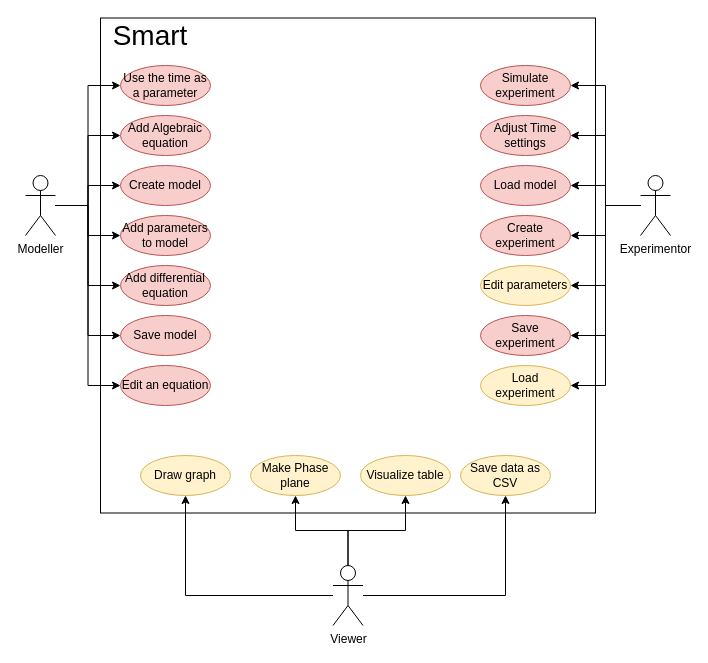
danielambrosius/SMARTV2 keeps this draw.io diagram as docs/SMART_usecasediagram.drawio. Above is the earlier version. Source tidied: cells renumbered, new cells numbered last; positions are measured from the earlier drawing's top-left corner, leaving out a move shared by most shapes. Both pictures are drawn from the tidied source at 100%, with x=0, y=0 at pixel (25, 17).
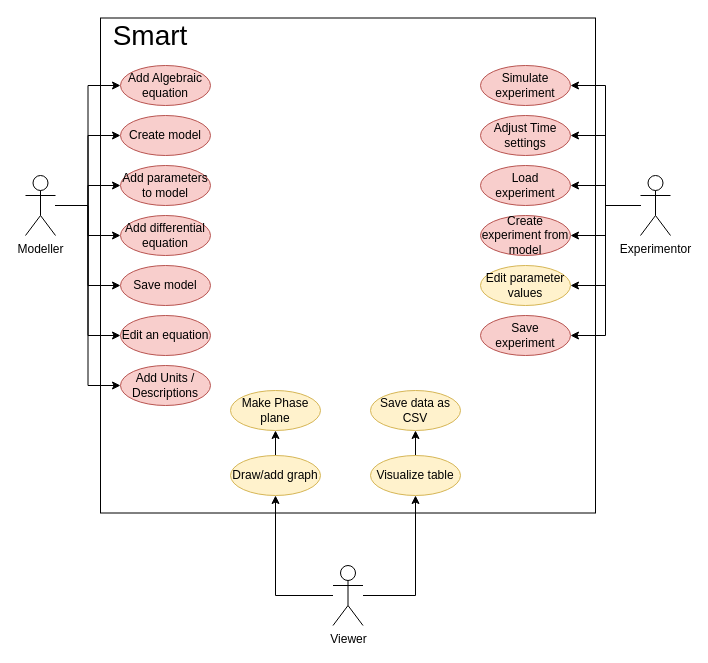
The same diagram, later.

Commit message:
DS DM: Changed use case diagram, added use cases, restructured diagram.

Unchanged cells that the change refers to:
```xml
<mxCell id="10" value="Modeller" style="shape=umlActor;verticalLabelPosition=bottom;labelBackgroundColor=#ffffff;verticalAlign=top;html=1;" parent="1" vertex="1">
  <mxGeometry y="158" width="30" height="60" as="geometry" />
</mxCell>
<mxCell id="18" value="Experimentor" style="shape=umlActor;verticalLabelPosition=bottom;labelBackgroundColor=#ffffff;verticalAlign=top;html=1;" parent="1" vertex="1">
  <mxGeometry x="615" y="158" width="30" height="60" as="geometry" />
</mxCell>
<mxCell id="23" value="Viewer" style="shape=umlActor;verticalLabelPosition=bottom;labelBackgroundColor=#ffffff;verticalAlign=top;html=1;" parent="1" vertex="1">
  <mxGeometry x="307.5" y="548" width="30" height="60" as="geometry" />
</mxCell>
```

Change to the diagram source:
```diff
@@
-    <mxCell id="3" style="edgeStyle=orthogonalEdgeStyle;rounded=0;jettySize=auto;html=1;entryX=0;entryY=0.5;entryDx=0;entryDy=0;" parent="1" edge="1" source="10" target="38">
-      <mxGeometry relative="1" as="geometry" />
-    </mxCell>
@@
+    <mxCell id="43" style="edgeStyle=orthogonalEdgeStyle;rounded=0;jettySize=auto;html=1;entryX=0;entryY=0.5;entryDx=0;entryDy=0;" parent="1" edge="1" source="10" target="46">
+      <mxGeometry relative="1" as="geometry" />
+    </mxCell>
@@
-    <mxCell id="17" style="edgeStyle=orthogonalEdgeStyle;rounded=0;jettySize=auto;html=1;entryX=1;entryY=0.5;entryDx=0;entryDy=0;" parent="1" edge="1" source="18" target="33">
-      <mxGeometry relative="1" as="geometry" />
-    </mxCell>
@@
-    <mxCell id="20" style="edgeStyle=orthogonalEdgeStyle;rounded=0;jettySize=auto;html=1;entryX=0.5;entryY=1;entryDx=0;entryDy=0;" parent="1" edge="1" source="23" target="37">
-      <mxGeometry relative="1" as="geometry" />
-    </mxCell>
@@
-    <mxCell id="22" style="edgeStyle=orthogonalEdgeStyle;rounded=0;jettySize=auto;html=1;entryX=0.5;entryY=1;entryDx=0;entryDy=0;" parent="1" edge="1" source="23" target="39">
-      <mxGeometry relative="1" as="geometry" />
-    </mxCell>
@@
     <mxCell id="25" value="Create model" style="ellipse;whiteSpace=wrap;html=1;fillColor=#f8cecc;strokeColor=#b85450;" parent="1" vertex="1">
-      <mxGeometry x="95" y="148" width="90" height="40" as="geometry" />
+      <mxGeometry x="95" y="98" width="90" height="40" as="geometry" />
     </mxCell>
     <mxCell id="26" value="Save model" style="ellipse;whiteSpace=wrap;html=1;fillColor=#f8cecc;strokeColor=#b85450;" parent="1" vertex="1">
-      <mxGeometry x="95" y="298" width="90" height="40" as="geometry" />
+      <mxGeometry x="95" y="248" width="90" height="40" as="geometry" />
     </mxCell>
-    <mxCell id="27" value="Load model" style="ellipse;whiteSpace=wrap;html=1;fillColor=#f8cecc;strokeColor=#b85450;" parent="1" vertex="1">
+    <mxCell id="27" value="Load experiment" style="ellipse;whiteSpace=wrap;html=1;fillColor=#f8cecc;strokeColor=#b85450;" parent="1" vertex="1">
       <mxGeometry x="455" y="148" width="90" height="40" as="geometry" />
     </mxCell>
-    <mxCell id="28" value="Create experiment" style="ellipse;whiteSpace=wrap;html=1;fillColor=#f8cecc;strokeColor=#b85450;" parent="1" vertex="1">
+    <mxCell id="28" value="Create experiment from model" style="ellipse;whiteSpace=wrap;html=1;fillColor=#f8cecc;strokeColor=#b85450;" parent="1" vertex="1">
       <mxGeometry x="455" y="198" width="90" height="40" as="geometry" />
     </mxCell>
-    <mxCell id="29" value="Edit parameters" style="ellipse;whiteSpace=wrap;html=1;fillColor=#fff2cc;strokeColor=#d6b656;" parent="1" vertex="1">
+    <mxCell id="29" value="Edit parameter values" style="ellipse;whiteSpace=wrap;html=1;fillColor=#fff2cc;strokeColor=#d6b656;" parent="1" vertex="1">
       <mxGeometry x="455" y="248" width="90" height="40" as="geometry" />
     </mxCell>
     <mxCell id="30" value="Add parameters to model" style="ellipse;whiteSpace=wrap;html=1;fillColor=#f8cecc;strokeColor=#b85450;" parent="1" vertex="1">
-      <mxGeometry x="95" y="198" width="90" height="40" as="geometry" />
+      <mxGeometry x="95" y="148" width="90" height="40" as="geometry" />
     </mxCell>
     <mxCell id="31" value="Add differential equation" style="ellipse;whiteSpace=wrap;html=1;fillColor=#f8cecc;strokeColor=#b85450;" parent="1" vertex="1">
-      <mxGeometry x="95" y="248" width="90" height="40" as="geometry" />
+      <mxGeometry x="95" y="198" width="90" height="40" as="geometry" />
     </mxCell>
+    <mxCell id="44" style="edgeStyle=orthogonalEdgeStyle;rounded=0;jettySize=auto;html=1;exitX=0.5;exitY=0;exitDx=0;exitDy=0;" parent="1" edge="1" source="32" target="39">
+      <mxGeometry relative="1" as="geometry" />
+    </mxCell>
     <mxCell id="32" value="Visualize table" style="ellipse;whiteSpace=wrap;html=1;fillColor=#fff2cc;strokeColor=#d6b656;" parent="1" vertex="1">
-      <mxGeometry x="335" y="438" width="90" height="40" as="geometry" />
+      <mxGeometry x="345" y="438" width="90" height="40" as="geometry" />
     </mxCell>
-    <mxCell id="33" value="Load experiment" style="ellipse;whiteSpace=wrap;html=1;fillColor=#fff2cc;strokeColor=#d6b656;" parent="1" vertex="1">
-      <mxGeometry x="455" y="348" width="90" height="40" as="geometry" />
-    </mxCell>
@@
+    <mxCell id="45" style="edgeStyle=orthogonalEdgeStyle;rounded=0;jettySize=auto;html=1;exitX=0.5;exitY=0;exitDx=0;exitDy=0;entryX=0.5;entryY=1;entryDx=0;entryDy=0;" parent="1" edge="1" source="35" target="37">
+      <mxGeometry relative="1" as="geometry" />
+    </mxCell>
-    <mxCell id="35" value="Draw graph" style="ellipse;whiteSpace=wrap;html=1;fillColor=#fff2cc;strokeColor=#d6b656;" parent="1" vertex="1">
-      <mxGeometry x="115" y="438" width="90" height="40" as="geometry" />
+    <mxCell id="35" value="Draw/add graph" style="ellipse;whiteSpace=wrap;html=1;fillColor=#fff2cc;strokeColor=#d6b656;" parent="1" vertex="1">
+      <mxGeometry x="205" y="438" width="90" height="40" as="geometry" />
     </mxCell>
     <mxCell id="36" value="Add Algebraic equation" style="ellipse;whiteSpace=wrap;html=1;fillColor=#f8cecc;strokeColor=#b85450;" parent="1" vertex="1">
-      <mxGeometry x="95" y="98" width="90" height="40" as="geometry" />
+      <mxGeometry x="95" y="48" width="90" height="40" as="geometry" />
     </mxCell>
     <mxCell id="37" value="Make Phase plane" style="ellipse;whiteSpace=wrap;html=1;fillColor=#fff2cc;strokeColor=#d6b656;" parent="1" vertex="1">
-      <mxGeometry x="225" y="438" width="90" height="40" as="geometry" />
+      <mxGeometry x="205" y="373" width="90" height="40" as="geometry" />
     </mxCell>
-    <mxCell id="38" value="Use the time as a parameter" style="ellipse;whiteSpace=wrap;html=1;fillColor=#f8cecc;strokeColor=#b85450;" parent="1" vertex="1">
-      <mxGeometry x="95" y="48" width="90" height="40" as="geometry" />
-    </mxCell>
     <mxCell id="39" value="Save data as CSV" style="ellipse;whiteSpace=wrap;html=1;fillColor=#fff2cc;strokeColor=#d6b656;" parent="1" vertex="1">
-      <mxGeometry x="435" y="438" width="90" height="40" as="geometry" />
+      <mxGeometry x="345" y="373" width="90" height="40" as="geometry" />
     </mxCell>
@@
     <mxCell id="41" value="Edit an equation" style="ellipse;whiteSpace=wrap;html=1;fillColor=#f8cecc;strokeColor=#b85450;" parent="1" vertex="1">
-      <mxGeometry x="95" y="348" width="90" height="40" as="geometry" />
+      <mxGeometry x="95" y="298" width="90" height="40" as="geometry" />
     </mxCell>
@@
+    <mxCell id="46" value="Add Units / Descriptions" style="ellipse;whiteSpace=wrap;html=1;fillColor=#f8cecc;strokeColor=#b85450;" parent="1" vertex="1">
+      <mxGeometry x="95" y="348" width="90" height="40" as="geometry" />
+    </mxCell>
```
